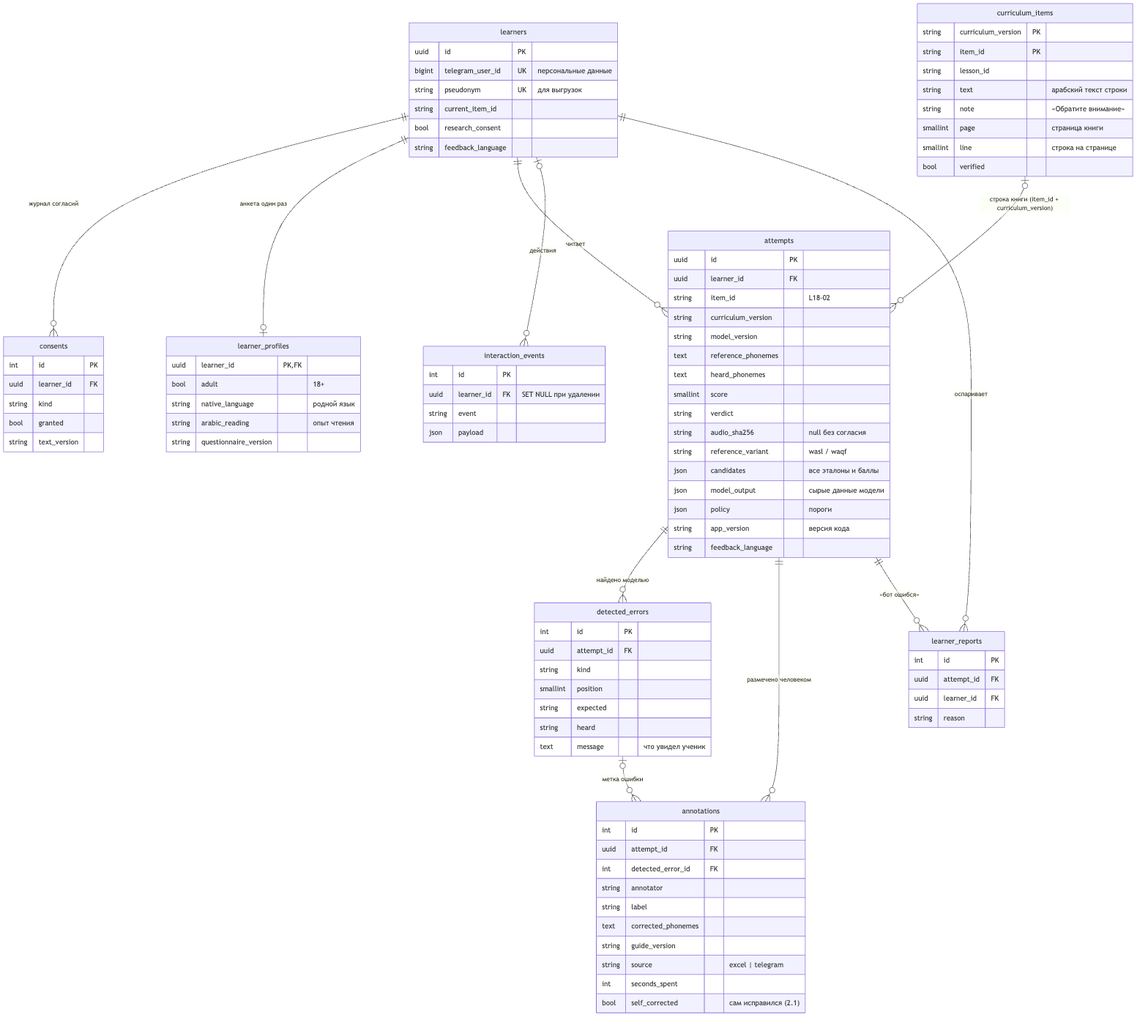
Before: docs/architecture/diagrams/04-er.png, a diagram exported from Mermaid (abdra04-gif/muallim). Its source is kept beside it as docs/architecture/diagrams/04-er.mmd.
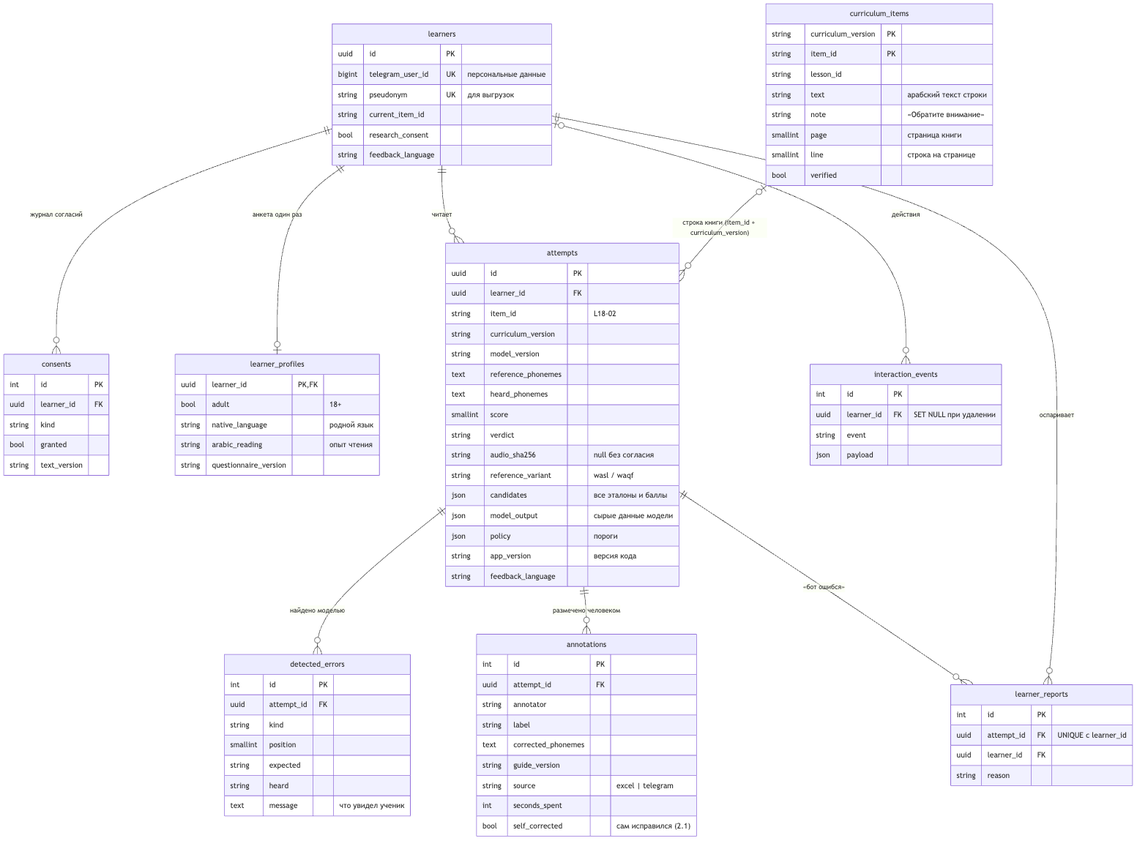
The same file after the commit.

What changed in the source:
```diff
@@ -5,7 +5,6 @@
     learners |o--o{ interaction_events : "действия"
     attempts ||--o{ detected_errors : "найдено моделью"
     attempts ||--o{ annotations : "размечено человеком"
-    detected_errors |o--o{ annotations : "метка ошибки"
     attempts ||--o{ learner_reports : "«бот ошибся»"
     learners ||--o{ learner_reports : "оспаривает"
     curriculum_items |o--o{ attempts : "строка книги (item_id + curriculum_version)"
@@ -62,7 +61,7 @@
     }
     learner_reports {
         int id PK
-        uuid attempt_id FK
+        uuid attempt_id FK "UNIQUE с learner_id"
         uuid learner_id FK
         string reason
     }
@@ -78,7 +77,6 @@
     annotations {
         int id PK
         uuid attempt_id FK
-        int detected_error_id FK
         string annotator
         string label
         text corrected_phonemes
```
